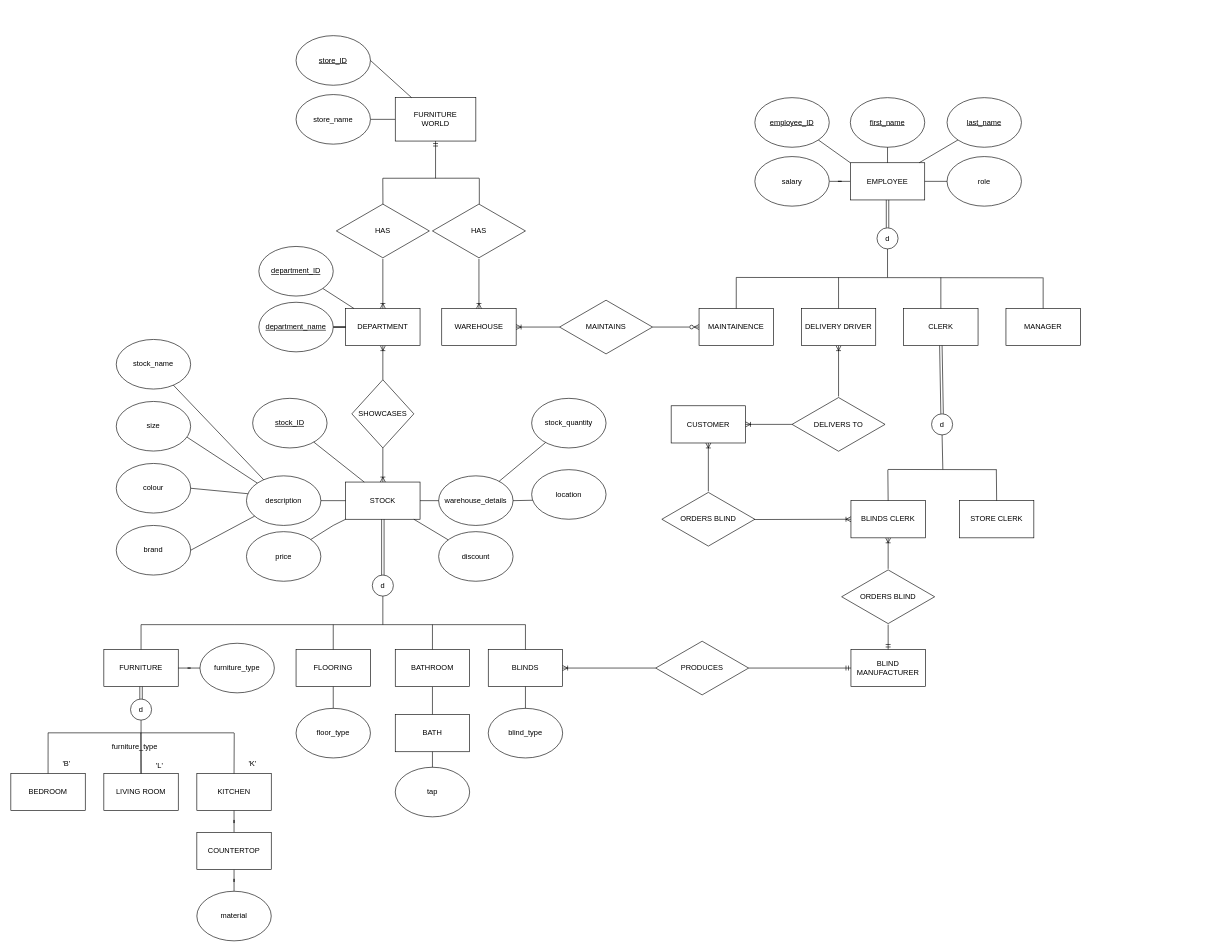
Above: docs/diagrams/database_EERD.drawio in eoinkelly91/database-project (draw.io), before the change. Source tidied: cells renumbered, new cells numbered last; positions are measured from the earlier drawing's top-left corner, leaving out a move shared by most shapes. Both pictures are drawn from the tidied source at 62%, with x=0, y=0 at pixel (11, 35).
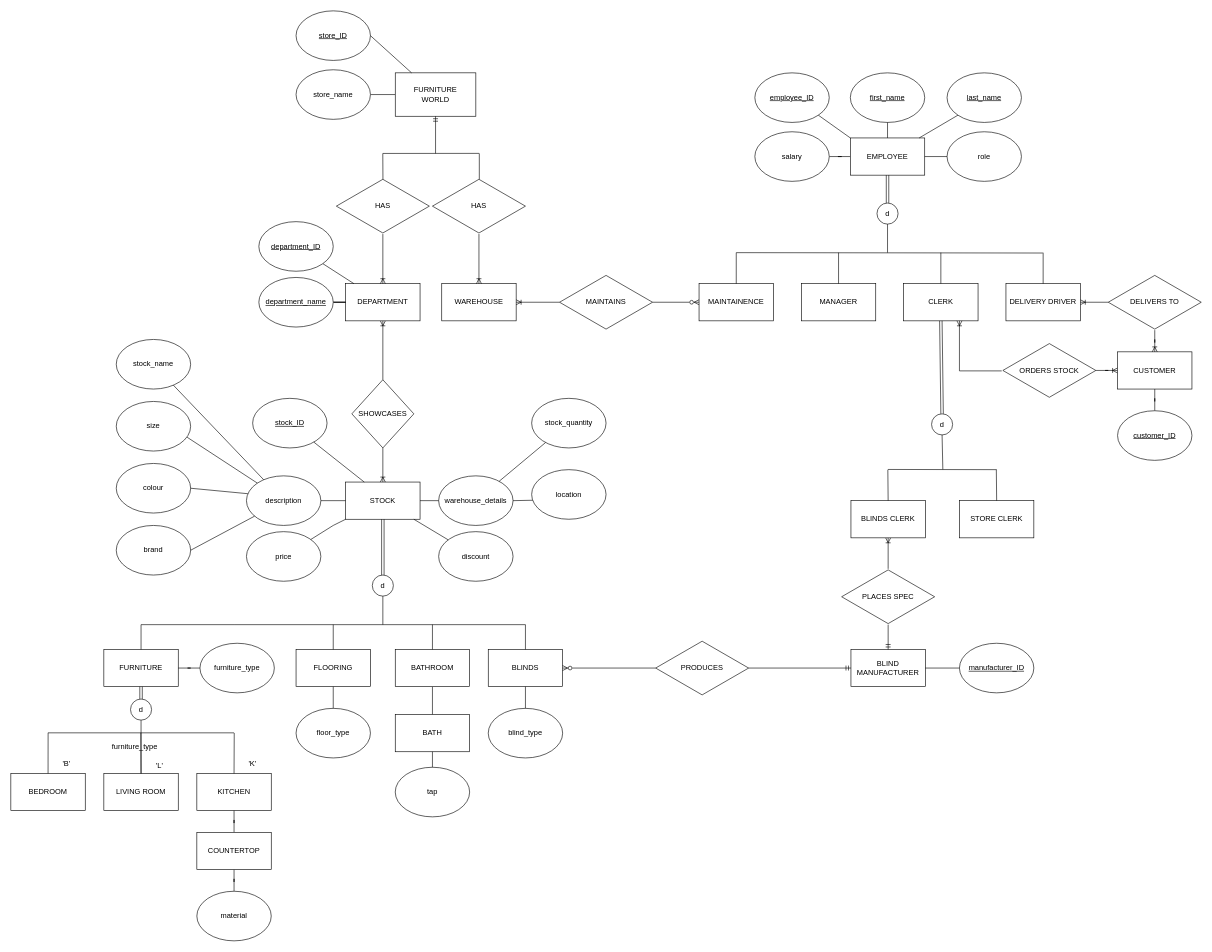
The same diagram, later.

Commit message (it also covers changes not shown here):
Updated diagrams and sql to reflect updates to customer entity

The change refers to these unchanged cells:
```xml
<mxCell id="7" value="BLINDS CLERK" style="rounded=0;whiteSpace=wrap;html=1;" parent="1" vertex="1">
  <mxGeometry x="1355" y="750" width="120" height="60" as="geometry" />
</mxCell>
<mxCell id="11" value="BLINDS" style="rounded=0;whiteSpace=wrap;html=1;" parent="1" vertex="1">
  <mxGeometry x="770" y="990" width="120" height="60" as="geometry" />
</mxCell>
<mxCell id="64" value="BLIND&lt;div&gt;MANUFACTURER&lt;/div&gt;" style="rounded=0;whiteSpace=wrap;html=1;" parent="1" vertex="1">
  <mxGeometry x="1355" y="990" width="120" height="60" as="geometry" />
</mxCell>
<mxCell id="67" value="PRODUCES" style="html=1;whiteSpace=wrap;shape=isoRectangle;" parent="1" vertex="1">
  <mxGeometry x="1040" y="975" width="150" height="90" as="geometry" />
</mxCell>
```

What changed in the source:
```diff
@@
     <mxCell id="3" value="EMPLOYEE" style="rounded=0;whiteSpace=wrap;html=1;" parent="1" vertex="1">
-      <mxGeometry x="1354" y="205" width="120" height="60" as="geometry" />
+      <mxGeometry x="1354" y="165" width="120" height="60" as="geometry" />
     </mxCell>
+    <mxCell id="135" style="edgeStyle=orthogonalEdgeStyle;rounded=0;jettySize=auto;html=1;defaultLabelBackgroundColor=page;endArrow=none;endFill=0;startArrow=ERoneToMany;startFill=0;" parent="1" edge="1" source="4" target="72">
+      <mxGeometry relative="1" as="geometry" />
+    </mxCell>
-    <mxCell id="4" value="MANAGER" style="rounded=0;whiteSpace=wrap;html=1;" parent="1" vertex="1">
-      <mxGeometry x="1605" y="440" width="120" height="60" as="geometry" />
+    <mxCell id="4" value="DELIVERY DRIVER" style="rounded=0;whiteSpace=wrap;html=1;" parent="1" vertex="1">
+      <mxGeometry x="1605" y="400" width="120" height="60" as="geometry" />
     </mxCell>
@@
     <mxCell id="8" value="CLERK" style="rounded=0;whiteSpace=wrap;html=1;" parent="1" vertex="1">
-      <mxGeometry x="1440" y="440" width="120" height="60" as="geometry" />
+      <mxGeometry x="1440" y="400" width="120" height="60" as="geometry" />
     </mxCell>
-    <mxCell id="9" style="edgeStyle=orthogonalEdgeStyle;rounded=0;jettySize=auto;html=1;defaultLabelBackgroundColor=gap;endArrow=none;endFill=0;startArrow=ERoneToMany;startFill=0;" parent="1" edge="1" source="10" target="72">
-      <mxGeometry relative="1" as="geometry" />
-    </mxCell>
-    <mxCell id="10" value="DELIVERY DRIVER" style="rounded=0;whiteSpace=wrap;html=1;" parent="1" vertex="1">
-      <mxGeometry x="1275" y="440" width="120" height="60" as="geometry" />
+    <mxCell id="10" value="MANAGER" style="rounded=0;whiteSpace=wrap;html=1;" parent="1" vertex="1">
+      <mxGeometry x="1275" y="400" width="120" height="60" as="geometry" />
     </mxCell>
@@
     <mxCell id="12" value="WAREHOUSE" style="rounded=0;whiteSpace=wrap;html=1;" parent="1" vertex="1">
-      <mxGeometry x="695" y="440" width="120" height="60" as="geometry" />
+      <mxGeometry x="695" y="400" width="120" height="60" as="geometry" />
     </mxCell>
@@
     <mxCell id="14" value="FURNITURE&lt;div&gt;WORLD&lt;/div&gt;" style="rounded=0;whiteSpace=wrap;html=1;" parent="1" vertex="1">
-      <mxGeometry x="620" y="100" width="130" height="70" as="geometry" />
+      <mxGeometry x="620" y="60" width="130" height="70" as="geometry" />
     </mxCell>
@@
     <mxCell id="23" value="DEPARTMENT" style="rounded=0;whiteSpace=wrap;html=1;" parent="1" vertex="1">
-      <mxGeometry x="540" y="440" width="120" height="60" as="geometry" />
+      <mxGeometry x="540" y="400" width="120" height="60" as="geometry" />
     </mxCell>
@@
     <mxCell id="33" value="store_ID" style="ellipse;whiteSpace=wrap;html=1;shapeInside=1;fontStyle=4;" parent="1" vertex="1">
-      <mxGeometry x="460" width="120" height="80" as="geometry" />
+      <mxGeometry x="460" y="-40" width="120" height="80" as="geometry" />
     </mxCell>
     <mxCell id="34" value="employee_ID" style="ellipse;whiteSpace=wrap;html=1;shapeInside=1;fontStyle=4;" parent="1" vertex="1">
-      <mxGeometry x="1200" y="100" width="120" height="80" as="geometry" />
+      <mxGeometry x="1200" y="60" width="120" height="80" as="geometry" />
     </mxCell>
     <mxCell id="35" value="salary" style="ellipse;whiteSpace=wrap;html=1;shapeInside=1;" parent="1" vertex="1">
-      <mxGeometry x="1200" y="195" width="120" height="80" as="geometry" />
+      <mxGeometry x="1200" y="155" width="120" height="80" as="geometry" />
     </mxCell>
     <mxCell id="36" value="role" style="ellipse;whiteSpace=wrap;html=1;shapeInside=1;" parent="1" vertex="1">
-      <mxGeometry x="1510" y="195" width="120" height="80" as="geometry" />
+      <mxGeometry x="1510" y="155" width="120" height="80" as="geometry" />
     </mxCell>
@@
     <mxCell id="40" value="first_name" style="ellipse;whiteSpace=wrap;html=1;shapeInside=1;fontStyle=4;" parent="1" vertex="1">
-      <mxGeometry x="1354" y="100" width="120" height="80" as="geometry" />
+      <mxGeometry x="1354" y="60" width="120" height="80" as="geometry" />
     </mxCell>
     <mxCell id="41" value="last_name" style="ellipse;whiteSpace=wrap;html=1;shapeInside=1;fontStyle=4;" parent="1" vertex="1">
-      <mxGeometry x="1510" y="100" width="120" height="80" as="geometry" />
+      <mxGeometry x="1510" y="60" width="120" height="80" as="geometry" />
     </mxCell>
@@
     <mxCell id="43" value="department_name" style="ellipse;whiteSpace=wrap;html=1;shapeInside=1;fontStyle=4;" parent="1" vertex="1">
-      <mxGeometry x="400" y="430" width="120" height="80" as="geometry" />
+      <mxGeometry x="400" y="390" width="120" height="80" as="geometry" />
     </mxCell>
     <mxCell id="44" value="store_name" style="ellipse;whiteSpace=wrap;html=1;shapeInside=1;fontStyle=0;" parent="1" vertex="1">
-      <mxGeometry x="460" y="95" width="120" height="80" as="geometry" />
+      <mxGeometry x="460" y="55" width="120" height="80" as="geometry" />
     </mxCell>
     <mxCell id="45" value="department_ID" style="ellipse;whiteSpace=wrap;html=1;shapeInside=1;fontStyle=4;" parent="1" vertex="1">
-      <mxGeometry x="400" y="340" width="120" height="80" as="geometry" />
+      <mxGeometry x="400" y="300" width="120" height="80" as="geometry" />
     </mxCell>
@@
     <mxCell id="50" value="MAINTAINENCE" style="rounded=0;whiteSpace=wrap;html=1;" parent="1" vertex="1">
-      <mxGeometry x="1110" y="440" width="120" height="60" as="geometry" />
+      <mxGeometry x="1110" y="400" width="120" height="60" as="geometry" />
     </mxCell>
@@
     <mxCell id="59" value="HAS" style="html=1;whiteSpace=wrap;shape=isoRectangle;" parent="1" vertex="1">
-      <mxGeometry x="680" y="270" width="150" height="90" as="geometry" />
+      <mxGeometry x="680" y="230" width="150" height="90" as="geometry" />
     </mxCell>
@@
     <mxCell id="61" value="HAS" style="html=1;whiteSpace=wrap;shape=isoRectangle;" parent="1" vertex="1">
-      <mxGeometry x="525" y="270" width="150" height="90" as="geometry" />
+      <mxGeometry x="525" y="230" width="150" height="90" as="geometry" />
     </mxCell>
-    <mxCell id="62" style="edgeStyle=orthogonalEdgeStyle;rounded=0;jettySize=auto;html=1;defaultLabelBackgroundColor=gap;endArrow=none;endFill=0;startArrow=ERoneToMany;startFill=0;" parent="1" edge="1" source="63" target="70">
-      <mxGeometry relative="1" as="geometry" />
-    </mxCell>
-    <mxCell id="63" value="CUSTOMER" style="rounded=0;whiteSpace=wrap;html=1;" parent="1" vertex="1">
-      <mxGeometry x="1065" y="597" width="120" height="60" as="geometry" />
-    </mxCell>
@@
     <mxCell id="66" value="MAINTAINS" style="html=1;whiteSpace=wrap;shape=isoRectangle;" parent="1" vertex="1">
-      <mxGeometry x="885" y="425" width="150" height="90" as="geometry" />
+      <mxGeometry x="885" y="385" width="150" height="90" as="geometry" />
     </mxCell>
@@
-    <mxCell id="69" value="ORDERS BLIND" style="html=1;whiteSpace=wrap;shape=isoRectangle;" parent="1" vertex="1">
+    <mxCell id="69" value="PLACES SPEC" style="html=1;whiteSpace=wrap;shape=isoRectangle;" parent="1" vertex="1">
       <mxGeometry x="1340" y="860" width="150" height="90" as="geometry" />
     </mxCell>
-    <mxCell id="70" value="ORDERS BLIND" style="html=1;whiteSpace=wrap;shape=isoRectangle;" parent="1" vertex="1">
-      <mxGeometry x="1050" y="735" width="150" height="90" as="geometry" />
-    </mxCell>
-    <mxCell id="71" style="edgeStyle=orthogonalEdgeStyle;rounded=0;jettySize=auto;html=1;defaultLabelBackgroundColor=gap;endArrow=ERoneToMany;endFill=0;" parent="1" edge="1" source="72" target="63">
-      <mxGeometry relative="1" as="geometry" />
-    </mxCell>
-    <mxCell id="72" value="DELIVERS TO" style="html=1;whiteSpace=wrap;shape=isoRectangle;" parent="1" vertex="1">
-      <mxGeometry x="1260" y="582" width="150" height="90" as="geometry" />
-    </mxCell>
     <mxCell id="73" value="d" style="ellipse;whiteSpace=wrap;html=1;shapeInside=1;" parent="1" vertex="1">
-      <mxGeometry x="1397" y="310" width="34" height="34" as="geometry" />
+      <mxGeometry x="1397" y="270" width="34" height="34" as="geometry" />
     </mxCell>
@@
     <mxCell id="78" style="endArrow=ERmandOne;html=1;rounded=0;defaultLabelBackgroundColor=gap;entryX=0.5;entryY=1;entryDx=0;entryDy=0;startArrow=none;startFill=0;endFill=0;" parent="1" edge="1" target="14">
       <mxGeometry relative="1" as="geometry">
-        <mxPoint x="685" y="230" as="sourcePoint" />
+        <mxPoint x="685" y="190" as="sourcePoint" />
       </mxGeometry>
     </mxCell>
     <mxCell id="79" style="endArrow=none;html=1;rounded=0;defaultLabelBackgroundColor=gap;entryX=0.501;entryY=0.021;entryDx=0;entryDy=0;entryPerimeter=0;" parent="1" edge="1" target="61">
       <mxGeometry relative="1" as="geometry">
-        <mxPoint x="599.9" y="230" as="sourcePoint" />
+        <mxPoint x="599.9" y="190" as="sourcePoint" />
       </mxGeometry>
     </mxCell>
     <mxCell id="80" style="endArrow=none;html=1;rounded=0;defaultLabelBackgroundColor=gap;entryX=0.504;entryY=0.017;entryDx=0;entryDy=0;entryPerimeter=0;" parent="1" edge="1" target="59">
       <mxGeometry relative="1" as="geometry">
-        <mxPoint x="755.6" y="230" as="sourcePoint" />
+        <mxPoint x="755.6" y="190" as="sourcePoint" />
       </mxGeometry>
     </mxCell>
     <mxCell id="81" style="endArrow=none;html=1;rounded=0;defaultLabelBackgroundColor=gap;" parent="1" edge="1">
       <mxGeometry relative="1" as="geometry">
-        <mxPoint x="600" y="230" as="sourcePoint" />
-        <mxPoint x="755.3" y="229.9" as="targetPoint" />
+        <mxPoint x="600" y="190" as="sourcePoint" />
+        <mxPoint x="755.3" y="189.9" as="targetPoint" />
       </mxGeometry>
     </mxCell>
@@
-    <mxCell id="108" style="endArrow=ERoneToMany;html=1;rounded=0;defaultLabelBackgroundColor=gap;exitX=0.994;exitY=0.505;exitDx=0;exitDy=0;exitPerimeter=0;entryX=0;entryY=0.5;entryDx=0;entryDy=0;endFill=0;" parent="1" edge="1" source="70" target="7">
-      <mxGeometry relative="1" as="geometry" />
-    </mxCell>
@@
-    <mxCell id="110" style="endArrow=none;html=1;rounded=0;defaultLabelBackgroundColor=gap;exitX=1;exitY=0.5;exitDx=0;exitDy=0;startArrow=ERoneToMany;startFill=0;" parent="1" edge="1" source="11" target="67">
+    <mxCell id="110" style="endArrow=none;html=1;rounded=0;defaultLabelBackgroundColor=gap;exitX=1;exitY=0.5;exitDx=0;exitDy=0;startArrow=ERzeroToMany;startFill=0;" parent="1" edge="1" source="11" target="67">
       <mxGeometry relative="1" as="geometry" />
     </mxCell>
     <mxCell id="111" style="endArrow=none;html=1;rounded=0;defaultLabelBackgroundColor=gap;" parent="1" edge="1">
       <mxGeometry relative="1" as="geometry">
-        <mxPoint x="1170" y="390" as="sourcePoint" />
-        <mxPoint x="1664.4" y="390.6" as="targetPoint" />
+        <mxPoint x="1170" y="350" as="sourcePoint" />
+        <mxPoint x="1664.4" y="350.6" as="targetPoint" />
       </mxGeometry>
     </mxCell>
     <mxCell id="112" style="endArrow=none;html=1;rounded=0;defaultLabelBackgroundColor=gap;entryX=0.5;entryY=1;entryDx=0;entryDy=0;" parent="1" edge="1" target="73">
       <mxGeometry relative="1" as="geometry">
-        <mxPoint x="1414" y="390" as="sourcePoint" />
+        <mxPoint x="1414" y="350" as="sourcePoint" />
       </mxGeometry>
     </mxCell>
     <mxCell id="113" style="endArrow=none;html=1;rounded=0;defaultLabelBackgroundColor=gap;entryX=0.5;entryY=0;entryDx=0;entryDy=0;" parent="1" edge="1" target="50">
       <mxGeometry relative="1" as="geometry">
-        <mxPoint x="1170" y="390" as="sourcePoint" />
+        <mxPoint x="1170" y="350" as="sourcePoint" />
       </mxGeometry>
     </mxCell>
     <mxCell id="114" style="endArrow=none;html=1;rounded=0;defaultLabelBackgroundColor=gap;exitX=0.5;exitY=0;exitDx=0;exitDy=0;" parent="1" edge="1" source="10">
       <mxGeometry relative="1" as="geometry">
-        <mxPoint x="1335" y="390" as="targetPoint" />
+        <mxPoint x="1335" y="350" as="targetPoint" />
       </mxGeometry>
     </mxCell>
     <mxCell id="115" style="endArrow=none;html=1;rounded=0;defaultLabelBackgroundColor=gap;exitX=0.5;exitY=0;exitDx=0;exitDy=0;" parent="1" edge="1" source="8">
       <mxGeometry relative="1" as="geometry">
-        <mxPoint x="1500" y="390" as="targetPoint" />
+        <mxPoint x="1500" y="350" as="targetPoint" />
       </mxGeometry>
     </mxCell>
     <mxCell id="116" style="endArrow=none;html=1;rounded=0;defaultLabelBackgroundColor=gap;exitX=0.5;exitY=0;exitDx=0;exitDy=0;" parent="1" edge="1" source="4">
       <mxGeometry relative="1" as="geometry">
-        <mxPoint x="1665" y="390" as="targetPoint" />
+        <mxPoint x="1665" y="350" as="targetPoint" />
       </mxGeometry>
     </mxCell>
@@
+    <mxCell id="136" style="edgeStyle=orthogonalEdgeStyle;rounded=0;jettySize=auto;html=1;defaultLabelBackgroundColor=page;endArrow=none;endFill=0;" parent="1" edge="1" source="137" target="64">
+      <mxGeometry relative="1" as="geometry" />
+    </mxCell>
+    <mxCell id="137" value="manufacturer_ID" style="ellipse;whiteSpace=wrap;html=1;shapeInside=1;fontStyle=4;" parent="1" vertex="1">
+      <mxGeometry x="1530" y="980" width="120" height="80" as="geometry" />
+    </mxCell>
+    <mxCell id="138" style="edgeStyle=orthogonalEdgeStyle;rounded=0;jettySize=auto;html=1;defaultLabelBackgroundColor=page;endArrow=none;endFill=0;" parent="1" edge="1" source="63" target="141">
+      <mxGeometry x="0.2" relative="1" as="geometry" />
+    </mxCell>
+    <mxCell id="139" style="edgeStyle=orthogonalEdgeStyle;rounded=0;jettySize=auto;html=1;defaultLabelBackgroundColor=page;endArrow=none;endFill=0;startArrow=ERoneToMany;startFill=0;" parent="1" edge="1" source="63" target="140">
+      <mxGeometry x="0.02" relative="1" as="geometry" />
+    </mxCell>
+    <mxCell id="63" value="CUSTOMER" style="rounded=0;whiteSpace=wrap;html=1;" parent="1" vertex="1">
+      <mxGeometry x="1785" y="510" width="120" height="60" as="geometry" />
+    </mxCell>
+    <mxCell id="140" value="ORDERS STOCK" style="html=1;whiteSpace=wrap;shape=isoRectangle;" parent="1" vertex="1">
+      <mxGeometry x="1600" y="495" width="150" height="90" as="geometry" />
+    </mxCell>
+    <mxCell id="141" value="&lt;span style=&quot;background-color: transparent; color: light-dark(#000000, var(--ge-light-color, #ffffff));&quot;&gt;customer_ID&lt;/span&gt;" style="ellipse;whiteSpace=wrap;html=1;shapeInside=1;fontStyle=4;" parent="1" vertex="1">
+      <mxGeometry x="1785" y="605" width="120" height="80" as="geometry" />
+    </mxCell>
+    <mxCell id="71" style="edgeStyle=orthogonalEdgeStyle;rounded=0;jettySize=auto;html=1;defaultLabelBackgroundColor=page;endArrow=ERoneToMany;endFill=0;" parent="1" edge="1" source="72" target="63">
+      <mxGeometry x="0.2" relative="1" as="geometry" />
+    </mxCell>
+    <mxCell id="72" value="DELIVERS TO" style="html=1;whiteSpace=wrap;shape=isoRectangle;" parent="1" vertex="1">
+      <mxGeometry x="1770" y="385" width="150" height="90" as="geometry" />
+    </mxCell>
+    <mxCell id="142" style="edgeStyle=orthogonalEdgeStyle;rounded=0;jettySize=auto;html=1;defaultLabelBackgroundColor=page;exitX=-0.012;exitY=0.508;exitDx=0;exitDy=0;exitPerimeter=0;entryX=0.75;entryY=1;entryDx=0;entryDy=0;endArrow=ERoneToMany;endFill=0;" parent="1" edge="1" source="140" target="8">
+      <mxGeometry x="-0.06" relative="1" as="geometry" />
+    </mxCell>
```
